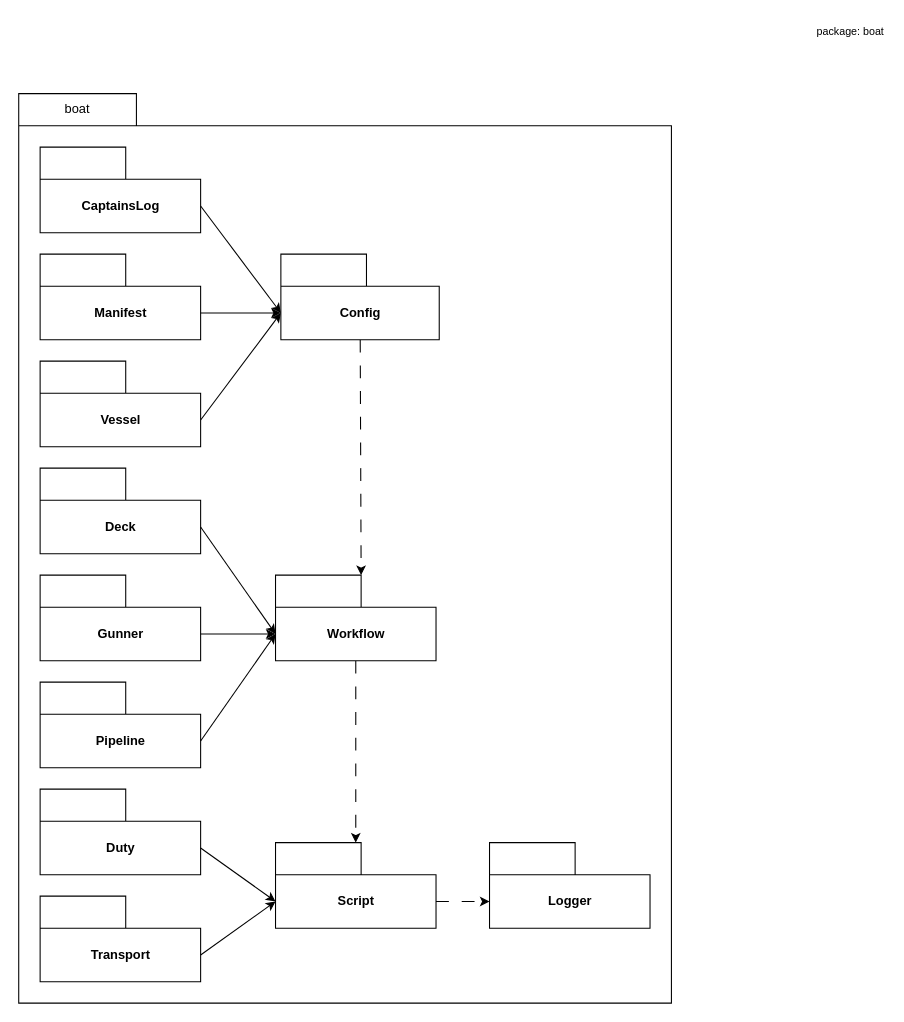
This is page "package" (6 of 6) of ADRs/boat_adr.drawio from noahehall/boat, a draw.io file, before an edit. Source tidied: cells renumbered, new cells numbered last; positions are measured from the earlier drawing's top-left corner, leaving out a move shared by most shapes. Both pictures are drawn from the tidied source at 107%, with x=0, y=0 at pixel (18, 18).
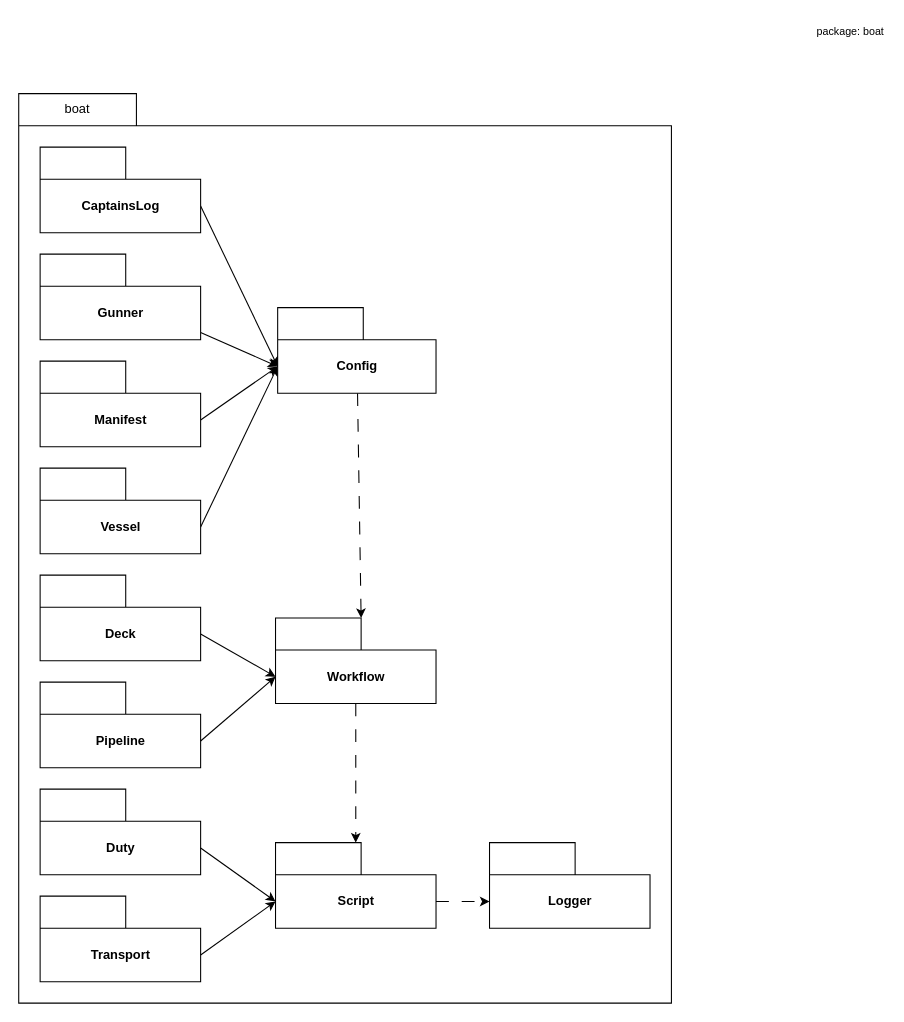
The same diagram, later.

The change refers to these unchanged cells:
```xml
<mxCell id="2" style="shape=folder;fontStyle=1;tabWidth=110;tabHeight=30;tabPosition=left;html=1;boundedLbl=1;labelInHeader=1;" parent="1" vertex="1">
  <mxGeometry y="70" width="610" height="850" as="geometry" />
</mxCell>
<mxCell id="23" style="group;" parent="2" vertex="1">
  <mxGeometry x="20" y="350" width="470" height="280" as="geometry" />
</mxCell>
```

The edit, as a diff of the source:
```diff
@@
-    <mxCell id="4" style="group;" parent="2" vertex="1">
-      <mxGeometry x="20" y="50" width="470" height="180" as="geometry" />
-    </mxCell>
-    <mxCell id="5" style="group;" parent="4" vertex="1">
-      <mxGeometry width="470" height="180" as="geometry" />
-    </mxCell>
-    <mxCell id="6" value="CaptainsLog" style="shape=folder;fontStyle=1;tabWidth=80;tabHeight=30;tabPosition=left;html=1;boundedLbl=1;" parent="5" vertex="1">
-      <mxGeometry width="150" height="80" as="geometry" />
-    </mxCell>
-    <mxCell id="7" value="Manifest" style="shape=folder;fontStyle=1;tabWidth=80;tabHeight=30;tabPosition=left;html=1;boundedLbl=1;" parent="5" vertex="1">
-      <mxGeometry y="100" width="150" height="80" as="geometry" />
-    </mxCell>
@@
     <mxCell id="16" value="Vessel" style="shape=folder;fontStyle=1;tabWidth=80;tabHeight=30;tabPosition=left;html=1;boundedLbl=1;" parent="2" vertex="1">
-      <mxGeometry x="20" y="250" width="150" height="80" as="geometry" />
+      <mxGeometry x="20" y="350" width="150" height="80" as="geometry" />
     </mxCell>
@@
     <mxCell id="18" value="Config" style="shape=folder;fontStyle=1;tabWidth=80;tabHeight=30;tabPosition=left;html=1;boundedLbl=1;" parent="2" vertex="1">
-      <mxGeometry x="245" y="150" width="148" height="80" as="geometry" />
+      <mxGeometry x="242" y="200" width="148" height="80" as="geometry" />
     </mxCell>
@@
     <mxCell id="22" value="Workflow" style="shape=folder;fontStyle=1;tabWidth=80;tabHeight=30;tabPosition=left;html=1;boundedLbl=1;" parent="2" vertex="1">
-      <mxGeometry x="240" y="450" width="150" height="80" as="geometry" />
+      <mxGeometry x="240" y="490" width="150" height="80" as="geometry" />
     </mxCell>
@@
-    <mxCell id="24" value="Deck" style="shape=folder;fontStyle=1;tabWidth=80;tabHeight=30;tabPosition=left;html=1;boundedLbl=1;" parent="23" vertex="1">
-      <mxGeometry width="150" height="80" as="geometry" />
-    </mxCell>
-    <mxCell id="25" value="Gunner" style="shape=folder;fontStyle=1;tabWidth=80;tabHeight=30;tabPosition=left;html=1;boundedLbl=1;" parent="23" vertex="1">
-      <mxGeometry y="100" width="150" height="80" as="geometry" />
-    </mxCell>
@@
-    <mxCell id="28" style="edgeStyle=none;rounded=0;jettySize=auto;html=1;entryX=0;entryY=0;entryDx=0;entryDy=55;entryPerimeter=0;exitX=0;exitY=0;exitDx=150;exitDy=55;exitPerimeter=0;" parent="2" edge="1" source="25" target="22">
-      <mxGeometry relative="1" as="geometry" />
-    </mxCell>
@@
+    <mxCell id="32" style="jettySize=auto;html=1;entryX=0;entryY=0;entryDx=0;entryDy=55;entryPerimeter=0;rounded=0;" parent="2" edge="1" source="25" target="18">
+      <mxGeometry relative="1" as="geometry" />
+    </mxCell>
+    <mxCell id="25" value="Gunner" style="shape=folder;fontStyle=1;tabWidth=80;tabHeight=30;tabPosition=left;html=1;boundedLbl=1;" parent="2" vertex="1">
+      <mxGeometry x="20" y="150" width="150" height="80" as="geometry" />
+    </mxCell>
+    <mxCell id="24" value="Deck" style="shape=folder;fontStyle=1;tabWidth=80;tabHeight=30;tabPosition=left;html=1;boundedLbl=1;" parent="2" vertex="1">
+      <mxGeometry x="20" y="450" width="150" height="80" as="geometry" />
+    </mxCell>
+    <mxCell id="7" value="Manifest" style="shape=folder;fontStyle=1;tabWidth=80;tabHeight=30;tabPosition=left;html=1;boundedLbl=1;" parent="2" vertex="1">
+      <mxGeometry x="20" y="250" width="150" height="80" as="geometry" />
+    </mxCell>
+    <mxCell id="6" value="CaptainsLog" style="shape=folder;fontStyle=1;tabWidth=80;tabHeight=30;tabPosition=left;html=1;boundedLbl=1;" parent="2" vertex="1">
+      <mxGeometry x="20" y="50" width="150" height="80" as="geometry" />
+    </mxCell>
```
